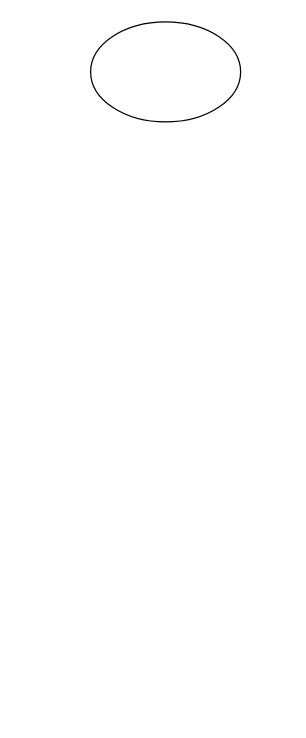
Earlier version of the draw.io diagram task/test.drawio (zaharova162/test-1-quarter). Source tidied: cells renumbered, new cells numbered last; positions are measured from the earlier drawing's top-left corner, leaving out a move shared by most shapes. Both pictures are drawn from the tidied source at 125%, with x=0, y=0 at pixel (90, 21).
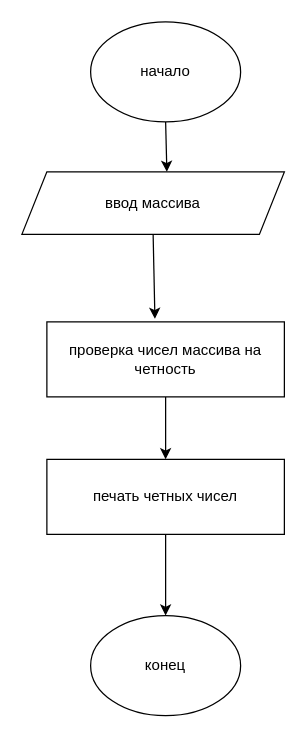
The same diagram, later.

Commit message (it also covers changes not shown here):
создание редми

The edit, as a diff of the source:
```diff
@@
 <mxGraphModel>
   <root>
     <mxCell id="0" />
     <mxCell id="1" parent="0" />
+    <mxCell id="3" style="edgeStyle=none;html=1;exitX=0.5;exitY=1;exitDx=0;exitDy=0;" parent="1" edge="1" source="2">
+      <mxGeometry relative="1" as="geometry">
+        <mxPoint x="61" y="120" as="targetPoint" />
+      </mxGeometry>
+    </mxCell>
-    <mxCell id="2" style="ellipse;whiteSpace=wrap;html=1;" parent="1" vertex="1">
+    <mxCell id="2" value="начало" style="ellipse;whiteSpace=wrap;html=1;" parent="1" vertex="1">
       <mxGeometry width="120" height="80" as="geometry" />
     </mxCell>
+    <mxCell id="4" style="edgeStyle=none;html=1;exitX=0.5;exitY=1;exitDx=0;exitDy=0;entryX=0.455;entryY=-0.04;entryDx=0;entryDy=0;entryPerimeter=0;" parent="1" edge="1" source="5" target="7">
+      <mxGeometry relative="1" as="geometry" />
+    </mxCell>
+    <mxCell id="5" value="ввод массива" style="shape=parallelogram;perimeter=parallelogramPerimeter;whiteSpace=wrap;html=1;fixedSize=1;" parent="1" vertex="1">
+      <mxGeometry x="-55" y="120" width="210" height="50" as="geometry" />
+    </mxCell>
+    <mxCell id="6" style="edgeStyle=none;html=1;exitX=0.5;exitY=1;exitDx=0;exitDy=0;entryX=0.5;entryY=0;entryDx=0;entryDy=0;" parent="1" edge="1" source="7" target="9">
+      <mxGeometry relative="1" as="geometry" />
+    </mxCell>
+    <mxCell id="7" value="проверка чисел массива на четность" style="rounded=0;whiteSpace=wrap;html=1;" parent="1" vertex="1">
+      <mxGeometry x="-35" y="240" width="190" height="60" as="geometry" />
+    </mxCell>
+    <mxCell id="8" style="edgeStyle=none;html=1;exitX=0.5;exitY=1;exitDx=0;exitDy=0;entryX=0.5;entryY=0;entryDx=0;entryDy=0;" parent="1" edge="1" source="9" target="10">
+      <mxGeometry relative="1" as="geometry" />
+    </mxCell>
+    <mxCell id="9" value="печать четных чисел" style="rounded=0;whiteSpace=wrap;html=1;" parent="1" vertex="1">
+      <mxGeometry x="-35" y="350" width="190" height="60" as="geometry" />
+    </mxCell>
+    <mxCell id="10" value="конец" style="ellipse;whiteSpace=wrap;html=1;" parent="1" vertex="1">
+      <mxGeometry y="475" width="120" height="80" as="geometry" />
+    </mxCell>
   </root>
 </mxGraphModel>
```
